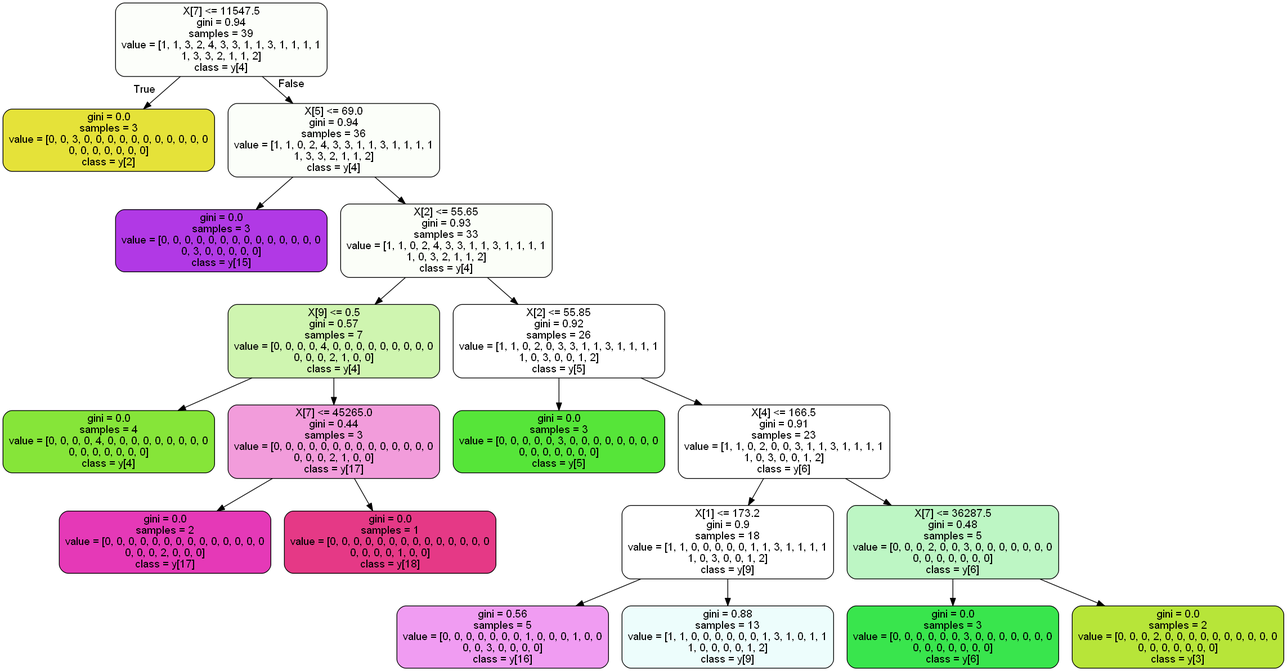
The Graphviz diagram treetrip.png in AndreaDagg/DecisIonCAr, before a commit. Its source is kept beside it as treetrip.dot.
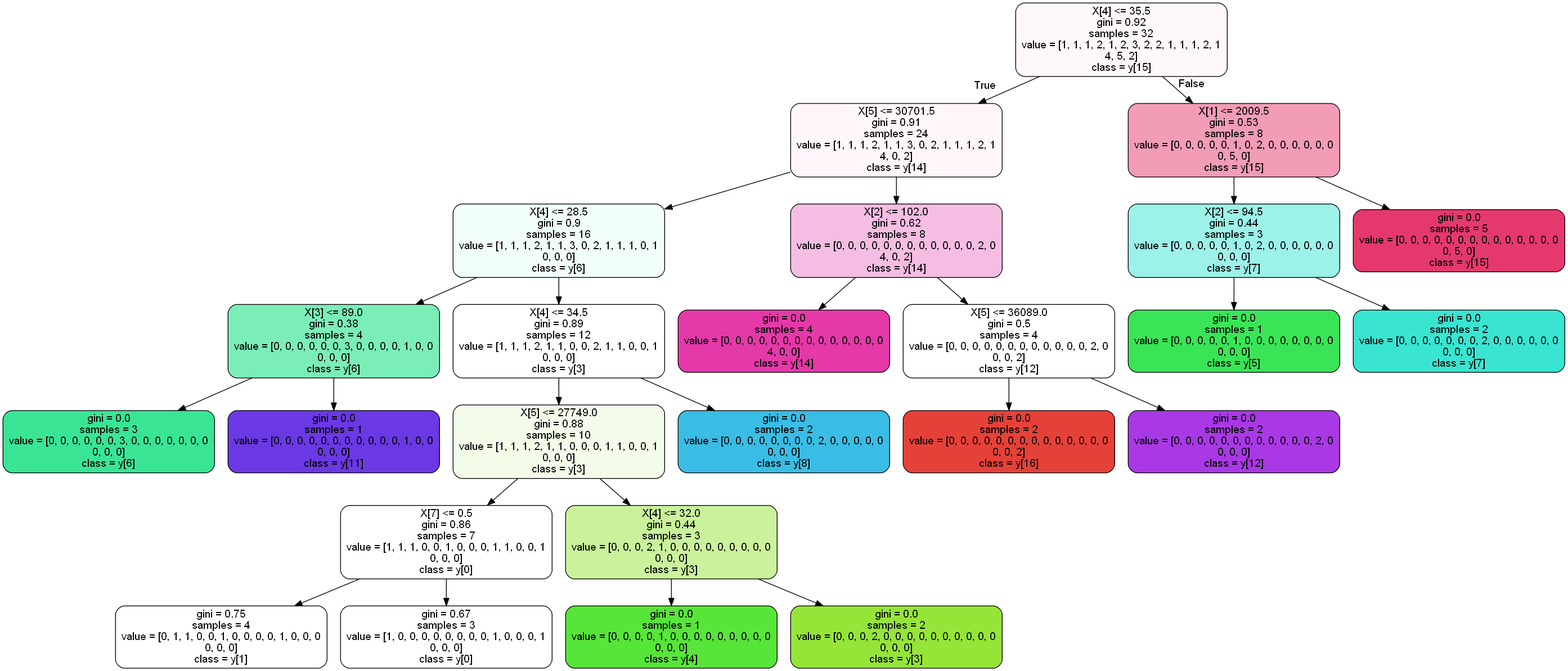
The same file after the commit.

Diff of the diagram source:
```diff
@@ -1,41 +1,53 @@
 digraph Tree {
 node [shape=box, style="filled, rounded", color="black", fontname=helvetica] ;
 edge [fontname=helvetica] ;
-0 [label="X[7] <= 11547.5\ngini = 0.94\nsamples = 39\nvalue = [1, 1, 3, 2, 4, 3, 3, 1, 1, 3, 1, 1, 1, 1\n1, 3, 3, 2, 1, 1, 2]\nclass = y[4]", fillcolor="#fcfefa"] ;
-1 [label="gini = 0.0\nsamples = 3\nvalue = [0, 0, 3, 0, 0, 0, 0, 0, 0, 0, 0, 0, 0, 0\n0, 0, 0, 0, 0, 0, 0]\nclass = y[2]", fillcolor="#e5e239"] ;
+0 [label="X[4] <= 35.5\ngini = 0.92\nsamples = 32\nvalue = [1, 1, 1, 2, 1, 2, 3, 2, 2, 1, 1, 1, 2, 1\n4, 5, 2]\nclass = y[15]", fillcolor="#fef8fa"] ;
+1 [label="X[5] <= 30701.5\ngini = 0.91\nsamples = 24\nvalue = [1, 1, 1, 2, 1, 1, 3, 0, 2, 1, 1, 1, 2, 1\n4, 0, 2]\nclass = y[14]", fillcolor="#fef6fb"] ;
 0 -> 1 [labeldistance=2.5, labelangle=45, headlabel="True"] ;
-2 [label="X[5] <= 69.0\ngini = 0.94\nsamples = 36\nvalue = [1, 1, 0, 2, 4, 3, 3, 1, 1, 3, 1, 1, 1, 1\n1, 3, 3, 2, 1, 1, 2]\nclass = y[4]", fillcolor="#fbfef9"] ;
-0 -> 2 [labeldistance=2.5, labelangle=-45, headlabel="False"] ;
-3 [label="gini = 0.0\nsamples = 3\nvalue = [0, 0, 0, 0, 0, 0, 0, 0, 0, 0, 0, 0, 0, 0\n0, 3, 0, 0, 0, 0, 0]\nclass = y[15]", fillcolor="#b139e5"] ;
+2 [label="X[4] <= 28.5\ngini = 0.9\nsamples = 16\nvalue = [1, 1, 1, 2, 1, 1, 3, 0, 2, 1, 1, 1, 0, 1\n0, 0, 0]\nclass = y[6]", fillcolor="#f1fdf7"] ;
+1 -> 2 ;
+3 [label="X[3] <= 89.0\ngini = 0.38\nsamples = 4\nvalue = [0, 0, 0, 0, 0, 0, 3, 0, 0, 0, 0, 1, 0, 0\n0, 0, 0]\nclass = y[6]", fillcolor="#7beeb8"] ;
 2 -> 3 ;
-4 [label="X[2] <= 55.65\ngini = 0.93\nsamples = 33\nvalue = [1, 1, 0, 2, 4, 3, 3, 1, 1, 3, 1, 1, 1, 1\n1, 0, 3, 2, 1, 1, 2]\nclass = y[4]", fillcolor="#fbfef8"] ;
-2 -> 4 ;
-5 [label="X[9] <= 0.5\ngini = 0.57\nsamples = 7\nvalue = [0, 0, 0, 0, 4, 0, 0, 0, 0, 0, 0, 0, 0, 0\n0, 0, 0, 2, 1, 0, 0]\nclass = y[4]", fillcolor="#cff5b0"] ;
-4 -> 5 ;
-6 [label="gini = 0.0\nsamples = 4\nvalue = [0, 0, 0, 0, 4, 0, 0, 0, 0, 0, 0, 0, 0, 0\n0, 0, 0, 0, 0, 0, 0]\nclass = y[4]", fillcolor="#86e539"] ;
-5 -> 6 ;
-7 [label="X[7] <= 45265.0\ngini = 0.44\nsamples = 3\nvalue = [0, 0, 0, 0, 0, 0, 0, 0, 0, 0, 0, 0, 0, 0\n0, 0, 0, 2, 1, 0, 0]\nclass = y[17]", fillcolor="#f29cdb"] ;
-5 -> 7 ;
-8 [label="gini = 0.0\nsamples = 2\nvalue = [0, 0, 0, 0, 0, 0, 0, 0, 0, 0, 0, 0, 0, 0\n0, 0, 0, 2, 0, 0, 0]\nclass = y[17]", fillcolor="#e539b7"] ;
+4 [label="gini = 0.0\nsamples = 3\nvalue = [0, 0, 0, 0, 0, 0, 3, 0, 0, 0, 0, 0, 0, 0\n0, 0, 0]\nclass = y[6]", fillcolor="#39e595"] ;
+3 -> 4 ;
+5 [label="gini = 0.0\nsamples = 1\nvalue = [0, 0, 0, 0, 0, 0, 0, 0, 0, 0, 0, 1, 0, 0\n0, 0, 0]\nclass = y[11]", fillcolor="#6a39e5"] ;
+3 -> 5 ;
+6 [label="X[4] <= 34.5\ngini = 0.89\nsamples = 12\nvalue = [1, 1, 1, 2, 1, 1, 0, 0, 2, 1, 1, 0, 0, 1\n0, 0, 0]\nclass = y[3]", fillcolor="#ffffff"] ;
+2 -> 6 ;
+7 [label="X[5] <= 27749.0\ngini = 0.88\nsamples = 10\nvalue = [1, 1, 1, 2, 1, 1, 0, 0, 0, 1, 1, 0, 0, 1\n0, 0, 0]\nclass = y[3]", fillcolor="#f3fce9"] ;
+6 -> 7 ;
+8 [label="X[7] <= 0.5\ngini = 0.86\nsamples = 7\nvalue = [1, 1, 1, 0, 0, 1, 0, 0, 0, 1, 1, 0, 0, 1\n0, 0, 0]\nclass = y[0]", fillcolor="#ffffff"] ;
 7 -> 8 ;
-9 [label="gini = 0.0\nsamples = 1\nvalue = [0, 0, 0, 0, 0, 0, 0, 0, 0, 0, 0, 0, 0, 0\n0, 0, 0, 0, 1, 0, 0]\nclass = y[18]", fillcolor="#e53986"] ;
-7 -> 9 ;
-10 [label="X[2] <= 55.85\ngini = 0.92\nsamples = 26\nvalue = [1, 1, 0, 2, 0, 3, 3, 1, 1, 3, 1, 1, 1, 1\n1, 0, 3, 0, 0, 1, 2]\nclass = y[5]", fillcolor="#ffffff"] ;
-4 -> 10 ;
-11 [label="gini = 0.0\nsamples = 3\nvalue = [0, 0, 0, 0, 0, 3, 0, 0, 0, 0, 0, 0, 0, 0\n0, 0, 0, 0, 0, 0, 0]\nclass = y[5]", fillcolor="#56e539"] ;
-10 -> 11 ;
-12 [label="X[4] <= 166.5\ngini = 0.91\nsamples = 23\nvalue = [1, 1, 0, 2, 0, 0, 3, 1, 1, 3, 1, 1, 1, 1\n1, 0, 3, 0, 0, 1, 2]\nclass = y[6]", fillcolor="#ffffff"] ;
-10 -> 12 ;
-13 [label="X[1] <= 173.2\ngini = 0.9\nsamples = 18\nvalue = [1, 1, 0, 0, 0, 0, 0, 1, 1, 3, 1, 1, 1, 1\n1, 0, 3, 0, 0, 1, 2]\nclass = y[9]", fillcolor="#ffffff"] ;
-12 -> 13 ;
-14 [label="gini = 0.56\nsamples = 5\nvalue = [0, 0, 0, 0, 0, 0, 0, 1, 0, 0, 0, 1, 0, 0\n0, 0, 3, 0, 0, 0, 0]\nclass = y[16]", fillcolor="#f09cf2"] ;
-13 -> 14 ;
-15 [label="gini = 0.88\nsamples = 13\nvalue = [1, 1, 0, 0, 0, 0, 0, 0, 1, 3, 1, 0, 1, 1\n1, 0, 0, 0, 0, 1, 2]\nclass = y[9]", fillcolor="#edfdfc"] ;
-13 -> 15 ;
-16 [label="X[7] <= 36287.5\ngini = 0.48\nsamples = 5\nvalue = [0, 0, 0, 2, 0, 0, 3, 0, 0, 0, 0, 0, 0, 0\n0, 0, 0, 0, 0, 0, 0]\nclass = y[6]", fillcolor="#bdf6c4"] ;
-12 -> 16 ;
-17 [label="gini = 0.0\nsamples = 3\nvalue = [0, 0, 0, 0, 0, 0, 3, 0, 0, 0, 0, 0, 0, 0\n0, 0, 0, 0, 0, 0, 0]\nclass = y[6]", fillcolor="#39e54d"] ;
-16 -> 17 ;
-18 [label="gini = 0.0\nsamples = 2\nvalue = [0, 0, 0, 2, 0, 0, 0, 0, 0, 0, 0, 0, 0, 0\n0, 0, 0, 0, 0, 0, 0]\nclass = y[3]", fillcolor="#b7e539"] ;
-16 -> 18 ;
+9 [label="gini = 0.75\nsamples = 4\nvalue = [0, 1, 1, 0, 0, 1, 0, 0, 0, 0, 1, 0, 0, 0\n0, 0, 0]\nclass = y[1]", fillcolor="#ffffff"] ;
+8 -> 9 ;
+10 [label="gini = 0.67\nsamples = 3\nvalue = [1, 0, 0, 0, 0, 0, 0, 0, 0, 1, 0, 0, 0, 1\n0, 0, 0]\nclass = y[0]", fillcolor="#ffffff"] ;
+8 -> 10 ;
+11 [label="X[4] <= 32.0\ngini = 0.44\nsamples = 3\nvalue = [0, 0, 0, 2, 1, 0, 0, 0, 0, 0, 0, 0, 0, 0\n0, 0, 0]\nclass = y[3]", fillcolor="#caf29c"] ;
+7 -> 11 ;
+12 [label="gini = 0.0\nsamples = 1\nvalue = [0, 0, 0, 0, 1, 0, 0, 0, 0, 0, 0, 0, 0, 0\n0, 0, 0]\nclass = y[4]", fillcolor="#58e539"] ;
+11 -> 12 ;
+13 [label="gini = 0.0\nsamples = 2\nvalue = [0, 0, 0, 2, 0, 0, 0, 0, 0, 0, 0, 0, 0, 0\n0, 0, 0]\nclass = y[3]", fillcolor="#95e539"] ;
+11 -> 13 ;
+14 [label="gini = 0.0\nsamples = 2\nvalue = [0, 0, 0, 0, 0, 0, 0, 0, 2, 0, 0, 0, 0, 0\n0, 0, 0]\nclass = y[8]", fillcolor="#39bde5"] ;
+6 -> 14 ;
+15 [label="X[2] <= 102.0\ngini = 0.62\nsamples = 8\nvalue = [0, 0, 0, 0, 0, 0, 0, 0, 0, 0, 0, 0, 2, 0\n4, 0, 2]\nclass = y[14]", fillcolor="#f6bde2"] ;
+1 -> 15 ;
+16 [label="gini = 0.0\nsamples = 4\nvalue = [0, 0, 0, 0, 0, 0, 0, 0, 0, 0, 0, 0, 0, 0\n4, 0, 0]\nclass = y[14]", fillcolor="#e539a9"] ;
+15 -> 16 ;
+17 [label="X[5] <= 36089.0\ngini = 0.5\nsamples = 4\nvalue = [0, 0, 0, 0, 0, 0, 0, 0, 0, 0, 0, 0, 2, 0\n0, 0, 2]\nclass = y[12]", fillcolor="#ffffff"] ;
+15 -> 17 ;
+18 [label="gini = 0.0\nsamples = 2\nvalue = [0, 0, 0, 0, 0, 0, 0, 0, 0, 0, 0, 0, 0, 0\n0, 0, 2]\nclass = y[16]", fillcolor="#e54139"] ;
+17 -> 18 ;
+19 [label="gini = 0.0\nsamples = 2\nvalue = [0, 0, 0, 0, 0, 0, 0, 0, 0, 0, 0, 0, 2, 0\n0, 0, 0]\nclass = y[12]", fillcolor="#a939e5"] ;
+17 -> 19 ;
+20 [label="X[1] <= 2009.5\ngini = 0.53\nsamples = 8\nvalue = [0, 0, 0, 0, 0, 1, 0, 2, 0, 0, 0, 0, 0, 0\n0, 5, 0]\nclass = y[15]", fillcolor="#f29cb6"] ;
+0 -> 20 [labeldistance=2.5, labelangle=-45, headlabel="False"] ;
+21 [label="X[2] <= 94.5\ngini = 0.44\nsamples = 3\nvalue = [0, 0, 0, 0, 0, 1, 0, 2, 0, 0, 0, 0, 0, 0\n0, 0, 0]\nclass = y[7]", fillcolor="#9cf2e8"] ;
+20 -> 21 ;
+22 [label="gini = 0.0\nsamples = 1\nvalue = [0, 0, 0, 0, 0, 1, 0, 0, 0, 0, 0, 0, 0, 0\n0, 0, 0]\nclass = y[5]", fillcolor="#39e556"] ;
+21 -> 22 ;
+23 [label="gini = 0.0\nsamples = 2\nvalue = [0, 0, 0, 0, 0, 0, 0, 2, 0, 0, 0, 0, 0, 0\n0, 0, 0]\nclass = y[7]", fillcolor="#39e5d1"] ;
+21 -> 23 ;
+24 [label="gini = 0.0\nsamples = 5\nvalue = [0, 0, 0, 0, 0, 0, 0, 0, 0, 0, 0, 0, 0, 0\n0, 5, 0]\nclass = y[15]", fillcolor="#e5396d"] ;
+20 -> 24 ;
 }
```
